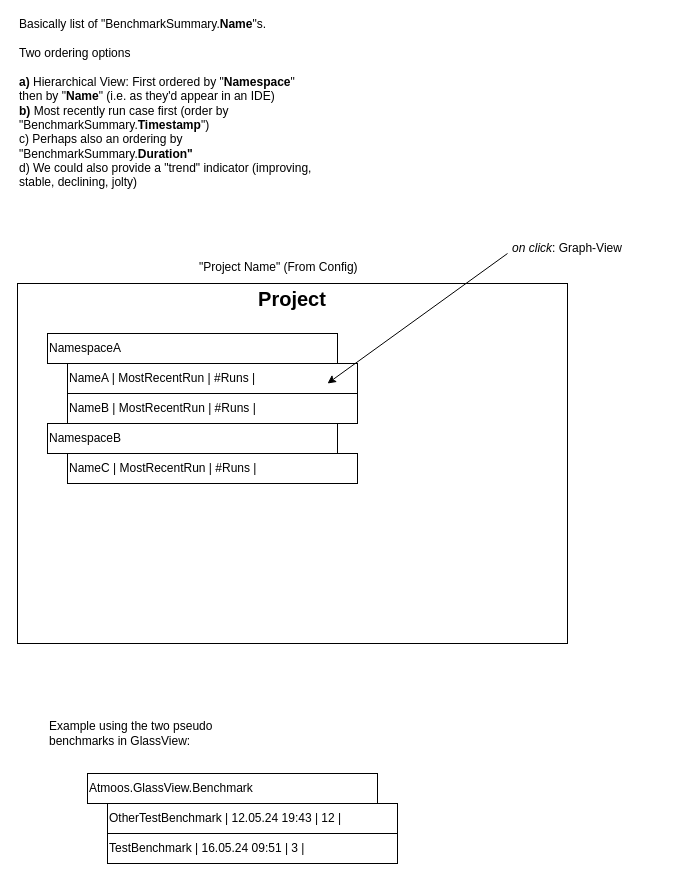
atmoos/GlassView keeps this draw.io diagram as page "Index-View" (1 of 4) of documentation/wireframes/views.drawio. Above is the earlier version. Source tidied: cells renumbered, new cells numbered last; positions are measured from the earlier drawing's top-left corner, leaving out a move shared by most shapes. Both pictures are drawn from the tidied source at 100%, with x=0, y=0 at pixel (17, 33).
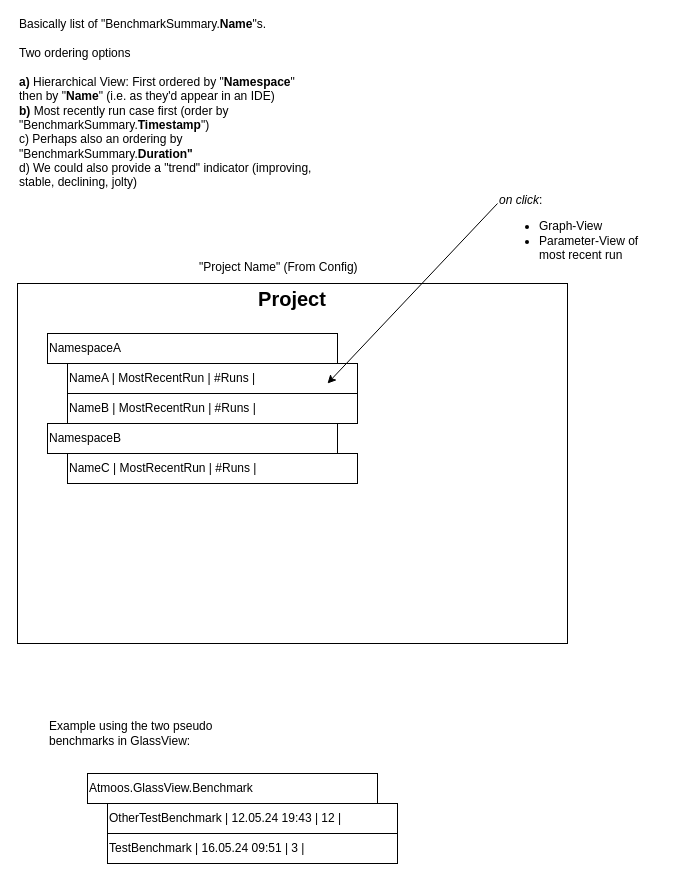
The same page after the edit.

Commit message (it also covers changes not shown here):
Add Parameter-View

What changed in the source:
```diff
@@
 <mxGraphModel>
   <root>
     <mxCell id="0" />
     <mxCell id="1" parent="0" />
     <mxCell id="2" style="rounded=0;whiteSpace=wrap;html=1;fillColor=none;" parent="1" vertex="1">
       <mxGeometry y="250" width="550" height="360" as="geometry" />
     </mxCell>
     <mxCell id="3" value="&quot;Project Name&quot; (From Config)" style="text;whiteSpace=wrap;html=1;" parent="1" vertex="1">
       <mxGeometry x="180" y="220" width="190" height="40" as="geometry" />
     </mxCell>
     <mxCell id="4" value="Project" style="text;html=1;align=center;verticalAlign=middle;whiteSpace=wrap;rounded=0;fontStyle=1;fontSize=20;" parent="1" vertex="1">
       <mxGeometry x="245" y="250" width="60" height="30" as="geometry" />
     </mxCell>
     <mxCell id="5" value="&lt;div align=&quot;left&quot;&gt;Basically list of &quot;BenchmarkSummary.&lt;b&gt;Name&lt;/b&gt;&quot;s. &lt;br&gt;&lt;/div&gt;&lt;div align=&quot;left&quot;&gt;&lt;br&gt;&lt;/div&gt;&lt;div align=&quot;left&quot;&gt;Two ordering options&lt;br&gt;&lt;/div&gt;&lt;div align=&quot;left&quot;&gt;&lt;br&gt;&lt;/div&gt;&lt;div align=&quot;left&quot;&gt;&lt;b&gt;a)&lt;/b&gt; Hierarchical View: First ordered by &quot;&lt;b&gt;Namespace&lt;/b&gt;&quot;&lt;br&gt;then by &quot;&lt;b&gt;Name&lt;/b&gt;&quot; (i.e. as they'd appear in an IDE)&lt;br&gt;&lt;/div&gt;&lt;b&gt;b)&lt;/b&gt; Most recently run case first (order by &quot;BenchmarkSummary.&lt;b&gt;Timestamp&lt;/b&gt;&quot;)&lt;br&gt;c) Perhaps also an ordering by &quot;BenchmarkSummary.&lt;b&gt;Duration&quot;&lt;/b&gt;&lt;br&gt;d) We could also provide a &quot;trend&quot; indicator (improving, stable, declining, jolty)" style="text;html=1;align=left;verticalAlign=middle;whiteSpace=wrap;rounded=0;rotation=0;" parent="1" vertex="1">
       <mxGeometry width="300" height="140" as="geometry" />
     </mxCell>
     <mxCell id="6" value="NamespaceA" style="rounded=0;whiteSpace=wrap;html=1;align=left;" parent="1" vertex="1">
       <mxGeometry x="30" y="300" width="290" height="30" as="geometry" />
     </mxCell>
     <mxCell id="7" value="NameA |&amp;nbsp;MostRecentRun  | #Runs | " style="rounded=0;whiteSpace=wrap;html=1;align=left;" parent="1" vertex="1">
       <mxGeometry x="50" y="330" width="290" height="30" as="geometry" />
     </mxCell>
     <mxCell id="8" value="NameB |&amp;nbsp;MostRecentRun  | #Runs | " style="rounded=0;whiteSpace=wrap;html=1;align=left;" parent="1" vertex="1">
       <mxGeometry x="50" y="360" width="290" height="30" as="geometry" />
     </mxCell>
     <mxCell id="9" value="NamespaceB&lt;span style=&quot;white-space: pre;&quot;&gt;&#9;&lt;/span&gt;" style="rounded=0;whiteSpace=wrap;html=1;align=left;" parent="1" vertex="1">
       <mxGeometry x="30" y="390" width="290" height="30" as="geometry" />
     </mxCell>
     <mxCell id="10" value="NameC |&amp;nbsp;MostRecentRun  | #Runs | " style="rounded=0;whiteSpace=wrap;html=1;align=left;" parent="1" vertex="1">
       <mxGeometry x="50" y="420" width="290" height="30" as="geometry" />
     </mxCell>
     <mxCell id="11" value="Example using the two pseudo benchmarks in GlassView:" style="text;html=1;align=left;verticalAlign=middle;whiteSpace=wrap;rounded=0;" parent="1" vertex="1">
       <mxGeometry x="30" y="670" width="170" height="60" as="geometry" />
     </mxCell>
     <mxCell id="12" value="Atmoos.GlassView.Benchmark" style="rounded=0;whiteSpace=wrap;html=1;align=left;" parent="1" vertex="1">
       <mxGeometry x="70" y="740" width="290" height="30" as="geometry" />
     </mxCell>
     <mxCell id="13" value="OtherTestBenchmark | 12.05.24 19:43  | 12 | " style="rounded=0;whiteSpace=wrap;html=1;align=left;" parent="1" vertex="1">
       <mxGeometry x="90" y="770" width="290" height="30" as="geometry" />
     </mxCell>
     <mxCell id="14" value="TestBenchmark | 16.05.24 09:51  | 3 |" style="rounded=0;whiteSpace=wrap;html=1;align=left;" parent="1" vertex="1">
       <mxGeometry x="90" y="800" width="290" height="30" as="geometry" />
     </mxCell>
-    <mxCell id="15" style="endArrow=classic;html=1;rounded=0;" parent="1" edge="1">
+    <mxCell id="15" style="endArrow=classic;html=1;rounded=0;exitX=0;exitY=0;exitDx=0;exitDy=0;" parent="1" edge="1" source="16">
       <mxGeometry relative="1" as="geometry">
-        <mxPoint x="490" y="220" as="sourcePoint" />
         <mxPoint x="310" y="350" as="targetPoint" />
       </mxGeometry>
     </mxCell>
-    <mxCell id="16" value="&lt;i&gt;on click&lt;/i&gt;: Graph-View" style="text;html=1;align=center;verticalAlign=middle;whiteSpace=wrap;rounded=0;" parent="1" vertex="1">
-      <mxGeometry x="480" y="200" width="140" height="30" as="geometry" />
+    <mxCell id="16" value="&lt;i&gt;on click&lt;/i&gt;:&lt;br&gt;&lt;ul&gt;&lt;li&gt;Graph-View&lt;/li&gt;&lt;li&gt;Parameter-View of most recent run&lt;/li&gt;&lt;/ul&gt;" style="text;html=1;align=left;verticalAlign=middle;whiteSpace=wrap;rounded=0;" parent="1" vertex="1">
+      <mxGeometry x="480" y="170" width="170" height="60" as="geometry" />
     </mxCell>
   </root>
 </mxGraphModel>
```
